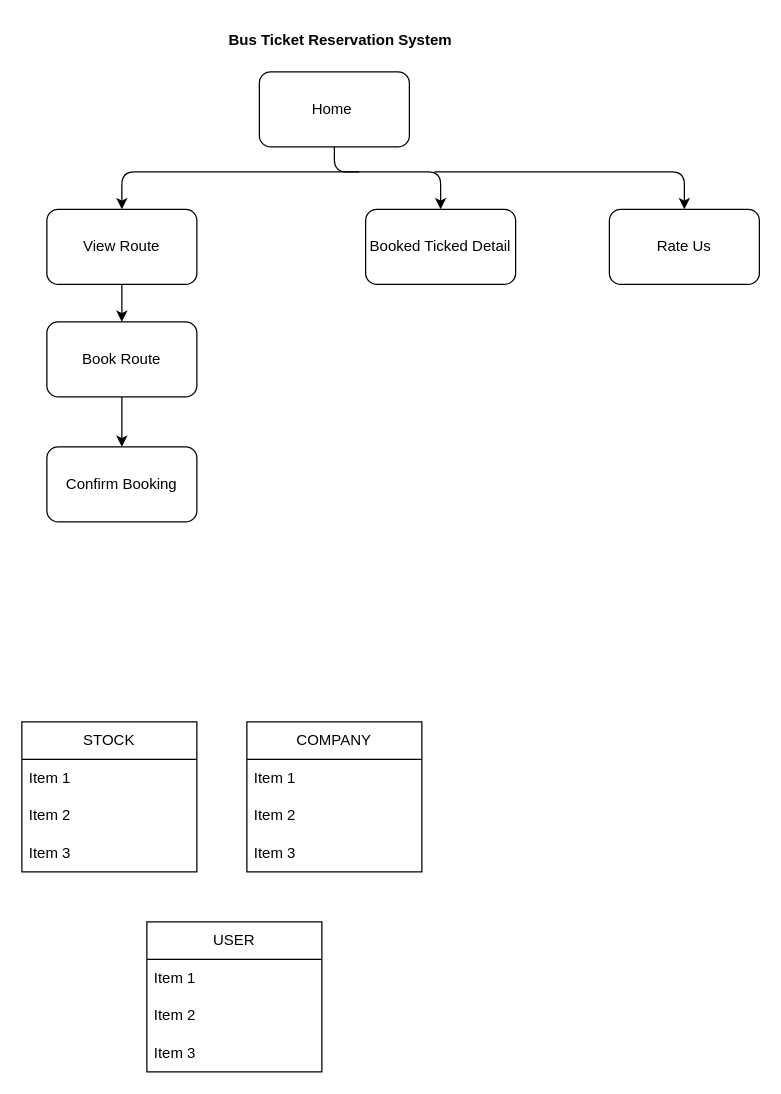
The draw.io diagram SYSTEM_DESIGN/sitemap.dio in CoodeNoob/Yoshida_express, before the edit. Source tidied: cells renumbered, new cells numbered last; positions are measured from the earlier drawing's top-left corner, leaving out a move shared by most shapes. Both pictures are drawn from the tidied source at 125%, with x=0, y=0 at pixel (21, 21).
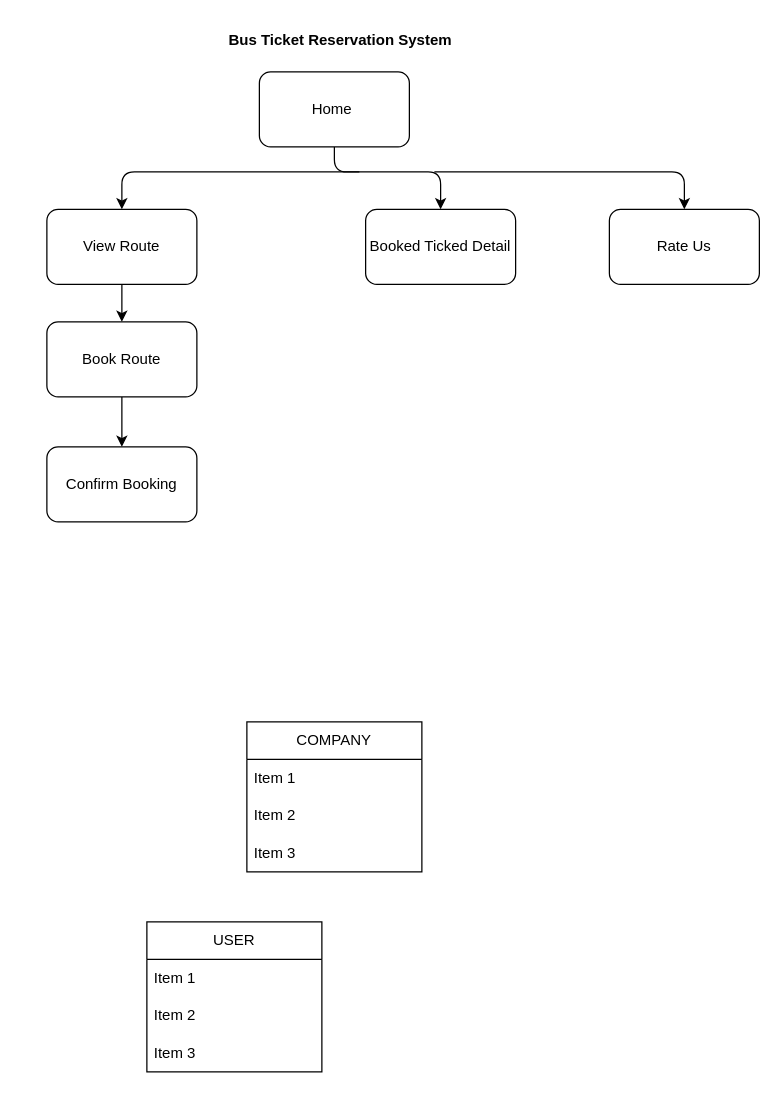
Above is the later version.

Change to the diagram source:
```diff
@@
-    <mxCell id="14" value="STOCK" style="swimlane;fontStyle=0;horizontal=1;startSize=30;whiteSpace=wrap;html=1;" parent="1" vertex="1">
-      <mxGeometry y="560" width="140" height="120" as="geometry" />
-    </mxCell>
-    <mxCell id="15" value="Item 1" style="text;strokeColor=none;fillColor=none;align=left;verticalAlign=middle;spacingLeft=4;spacingRight=4;overflow=hidden;whiteSpace=wrap;html=1;" parent="14" vertex="1">
-      <mxGeometry y="30" width="140" height="30" as="geometry" />
-    </mxCell>
-    <mxCell id="16" value="Item 2" style="text;strokeColor=none;fillColor=none;align=left;verticalAlign=middle;spacingLeft=4;spacingRight=4;overflow=hidden;whiteSpace=wrap;html=1;" parent="14" vertex="1">
-      <mxGeometry y="60" width="140" height="30" as="geometry" />
-    </mxCell>
-    <mxCell id="17" value="Item 3" style="text;strokeColor=none;fillColor=none;align=left;verticalAlign=middle;spacingLeft=4;spacingRight=4;overflow=hidden;whiteSpace=wrap;html=1;" parent="14" vertex="1">
-      <mxGeometry y="90" width="140" height="30" as="geometry" />
-    </mxCell>
```
